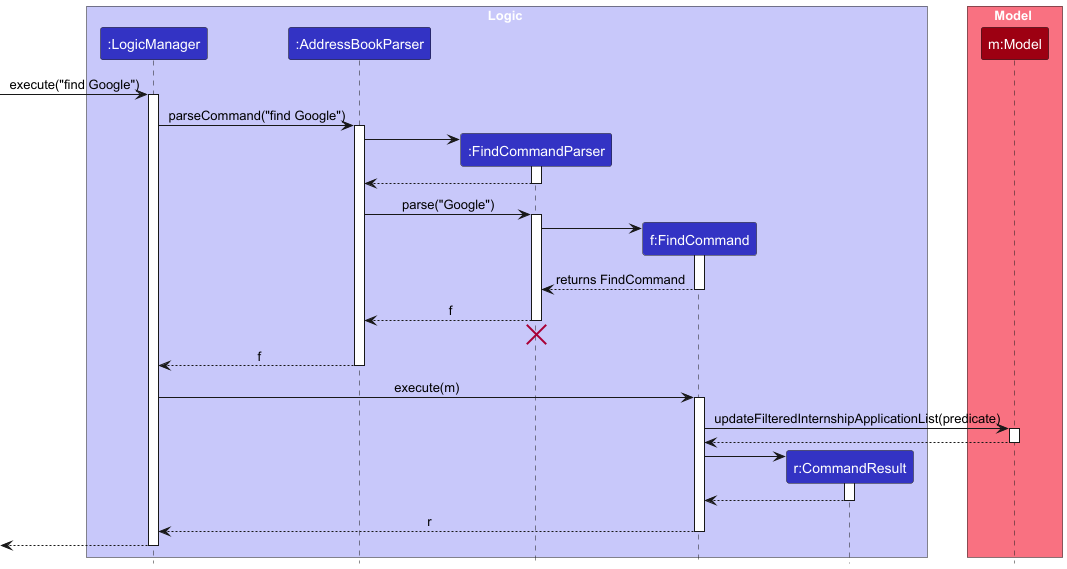
Earlier version of the PlantUML export docs/images/FindSequenceDiagram.png (BiggillyBoyMan/tp).
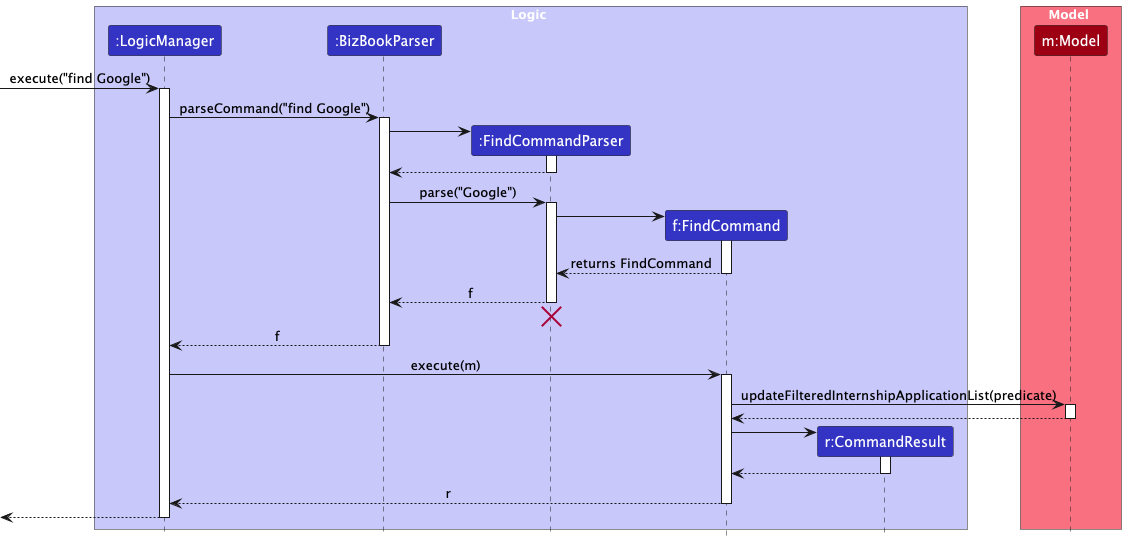
The same diagram one commit later.

Diff of the diagram source:
```diff
@@ -4,7 +4,7 @@
 
 box Logic LOGIC_COLOR_T1
 participant ":LogicManager" as LogicManager LOGIC_COLOR
-participant ":AddressBookParser" as AddressBookParser LOGIC_COLOR
+participant ":BizBookParser" as BizBookParser LOGIC_COLOR
 participant ":FindCommandParser" as FindCommandParser LOGIC_COLOR
 participant "f:FindCommand" as FindCommand LOGIC_COLOR
 participant "r:CommandResult" as CommandResult LOGIC_COLOR
@@ -17,17 +17,17 @@
 [-> LogicManager : execute("find Google")
 activate LogicManager
 
-LogicManager -> AddressBookParser : parseCommand("find Google")
-activate AddressBookParser
+LogicManager -> BizBookParser : parseCommand("find Google")
+activate BizBookParser
 
 create FindCommandParser
-AddressBookParser -> FindCommandParser
+BizBookParser -> FindCommandParser
 activate FindCommandParser
 
-FindCommandParser --> AddressBookParser
+FindCommandParser --> BizBookParser
 deactivate FindCommandParser
 
-AddressBookParser -> FindCommandParser : parse("Google")
+BizBookParser -> FindCommandParser : parse("Google")
 activate FindCommandParser
 
 create FindCommand
@@ -37,13 +37,13 @@
 FindCommand --> FindCommandParser : returns FindCommand
 deactivate FindCommand
 
-FindCommandParser --> AddressBookParser : f
+FindCommandParser --> BizBookParser : f
 deactivate FindCommandParser
-FindCommandParser -[hidden]-> AddressBookParser
+FindCommandParser -[hidden]-> BizBookParser
 destroy FindCommandParser
 
-AddressBookParser --> LogicManager : f
-deactivate AddressBookParser
+BizBookParser --> LogicManager : f
+deactivate BizBookParser
 
 LogicManager -> FindCommand : execute(m)
 activate FindCommand
```
